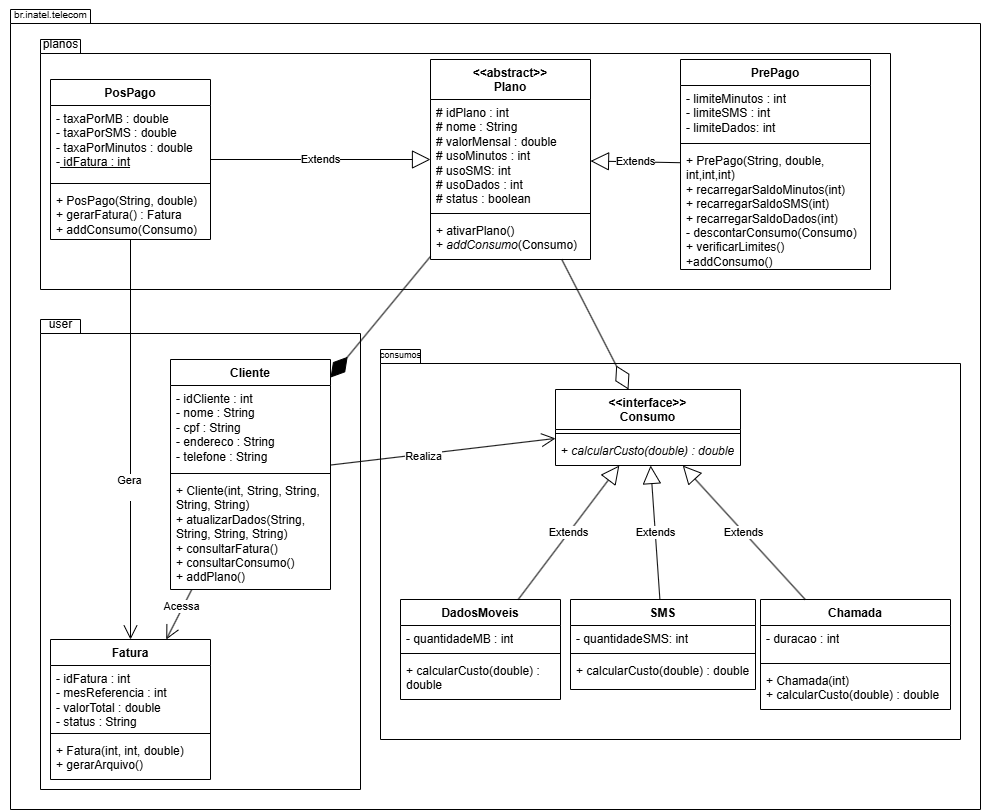
Earlier version of the draw.io export diagramaUML.drawio.png (Jhone93567/Projeto-POO). Source tidied: cells renumbered, new cells last; positions are measured from the earlier drawing's top-left corner, leaving out a move shared by most shapes.
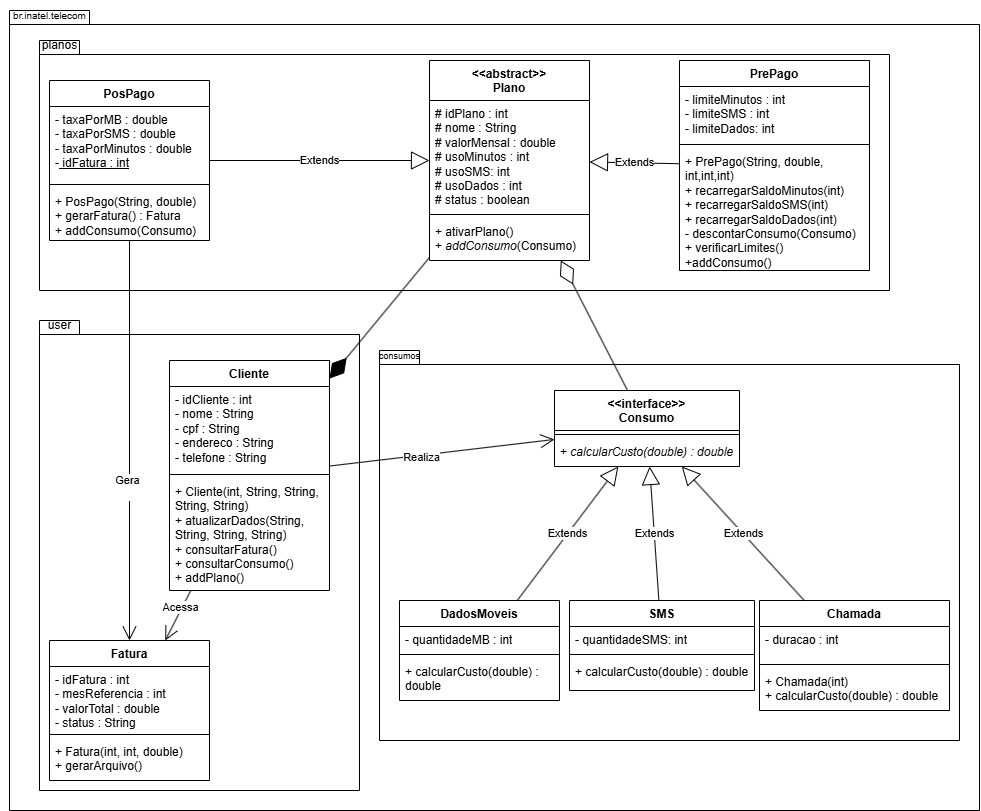
After the change.

Commit message:
UML atualizado

What changed in the source:
```diff
@@ -166,7 +166,7 @@
     <mxCell id="55" value="&lt;div&gt;+ PosPago(String, double)&lt;/div&gt;+ gerarFatura() : Fatura&lt;div&gt;+ addConsumo(Consumo)&lt;/div&gt;" style="text;strokeColor=none;fillColor=none;align=left;verticalAlign=top;spacingLeft=4;spacingRight=4;overflow=hidden;whiteSpace=wrap;html=1;" parent="52" vertex="1">
       <mxGeometry y="108" width="160" height="52" as="geometry" />
     </mxCell>
-    <mxCell id="56" style="endArrow=diamondThin;endFill=0;endSize=24;html=1;rounded=0;" parent="1" edge="1" source="9" target="6">
+    <mxCell id="56" style="endArrow=diamondThin;endFill=0;endSize=24;html=1;rounded=0;" parent="1" edge="1" source="6" target="9">
       <mxGeometry relative="1" as="geometry" />
     </mxCell>
     <mxCell id="57" style="endArrow=diamondThin;endFill=1;endSize=24;html=1;rounded=0;" parent="1" edge="1" source="9" target="17">
```
